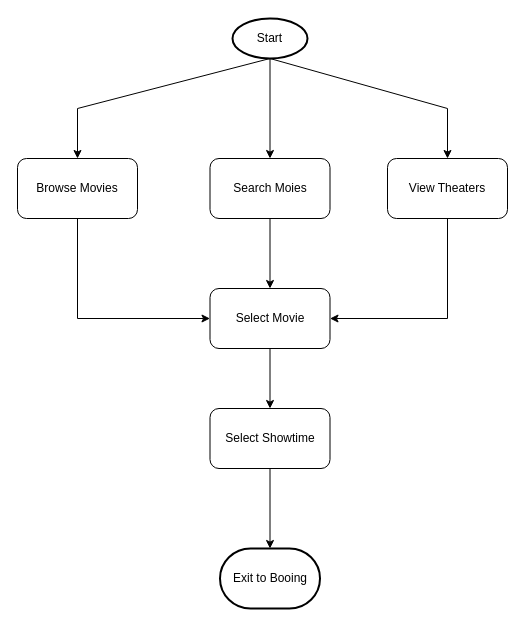
The draw.io diagram Diagrams/System Activity Diagram - Browsing.drawio in taiwuchen/CinemaCentral, before the edit. Source tidied: cells renumbered, new cells numbered last; positions are measured from the earlier drawing's top-left corner, leaving out a move shared by most shapes. Both pictures are drawn from the tidied source at 100%, with x=0, y=0 at pixel (17, 18).
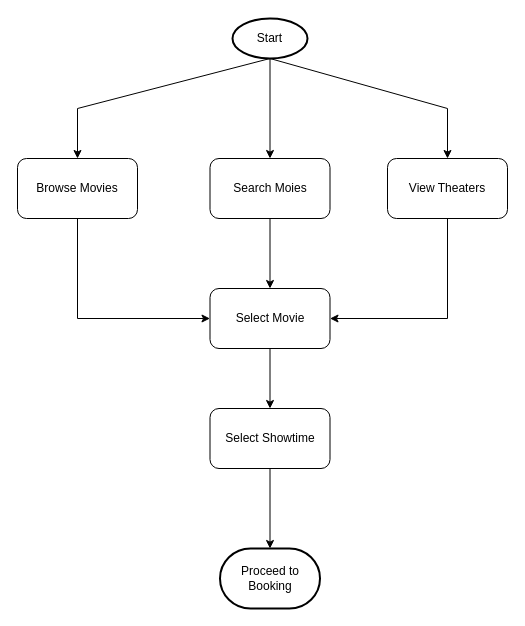
After the change.

Commit message (it also covers changes not shown here):
added new diagram and fix the old ones

Added System Activity Diagram - Payment

Fixed a typo in System Activity Diagram - Browsing

The edit, as a diff of the source:
```diff
@@
-    <mxCell id="8" value="Exit to Booing" style="strokeWidth=2;html=1;shape=mxgraph.flowchart.terminator;whiteSpace=wrap;" parent="1" vertex="1">
+    <mxCell id="8" value="Proceed to Booking" style="strokeWidth=2;html=1;shape=mxgraph.flowchart.terminator;whiteSpace=wrap;" parent="1" vertex="1">
       <mxGeometry x="202.5" y="530" width="100" height="60" as="geometry" />
     </mxCell>
```
